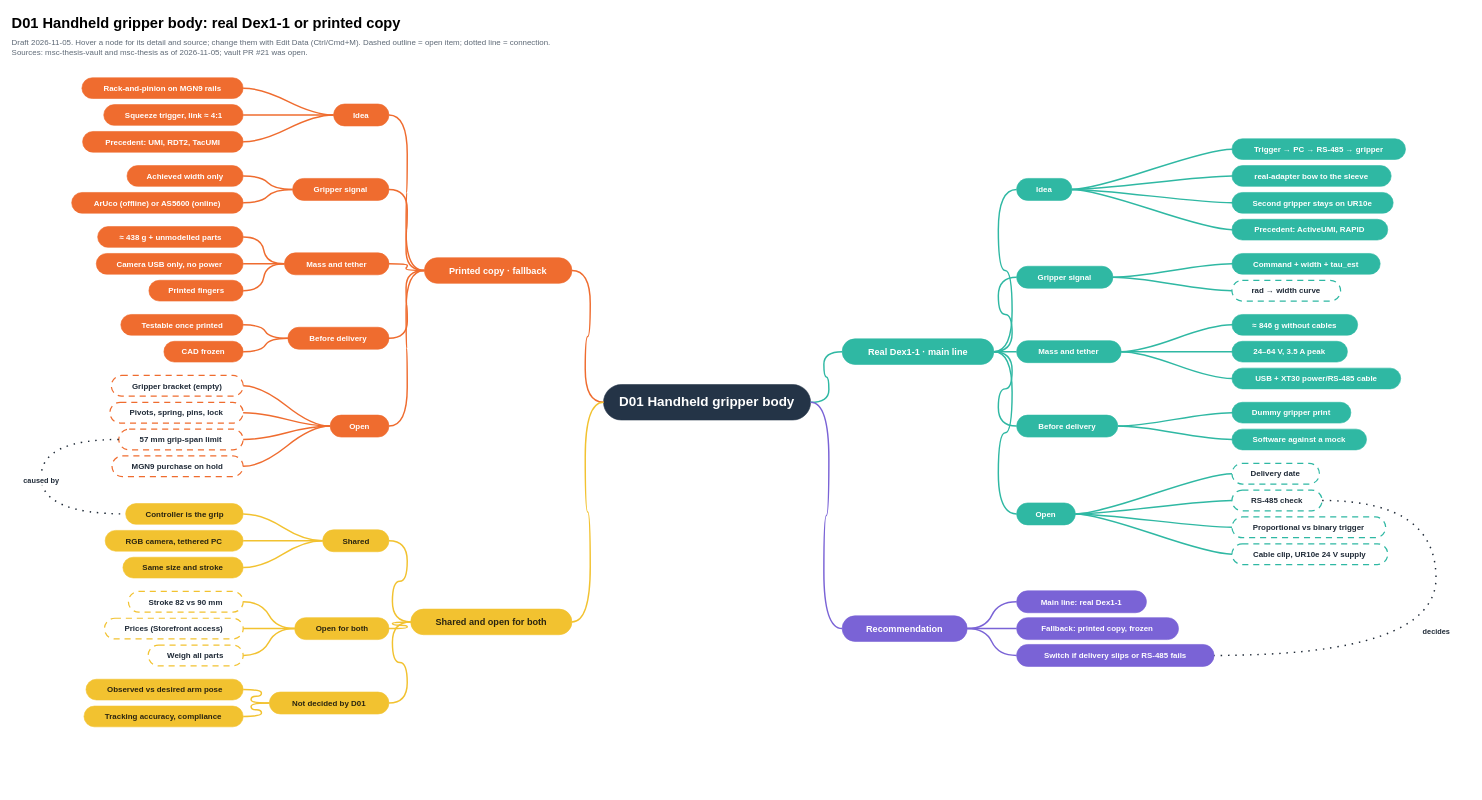
Above: Agent/Drafts/2026-11-05 D01 mind map.drawio in EfekTyndall/msc-thesis-vault (draw.io), before the change. Source tidied: cells renumbered, new cells numbered last; positions are measured from the earlier drawing's top-left corner, leaving out a move shared by most shapes. Both pictures are drawn from the tidied source at 61%, with x=0, y=0 at pixel (10, 10).
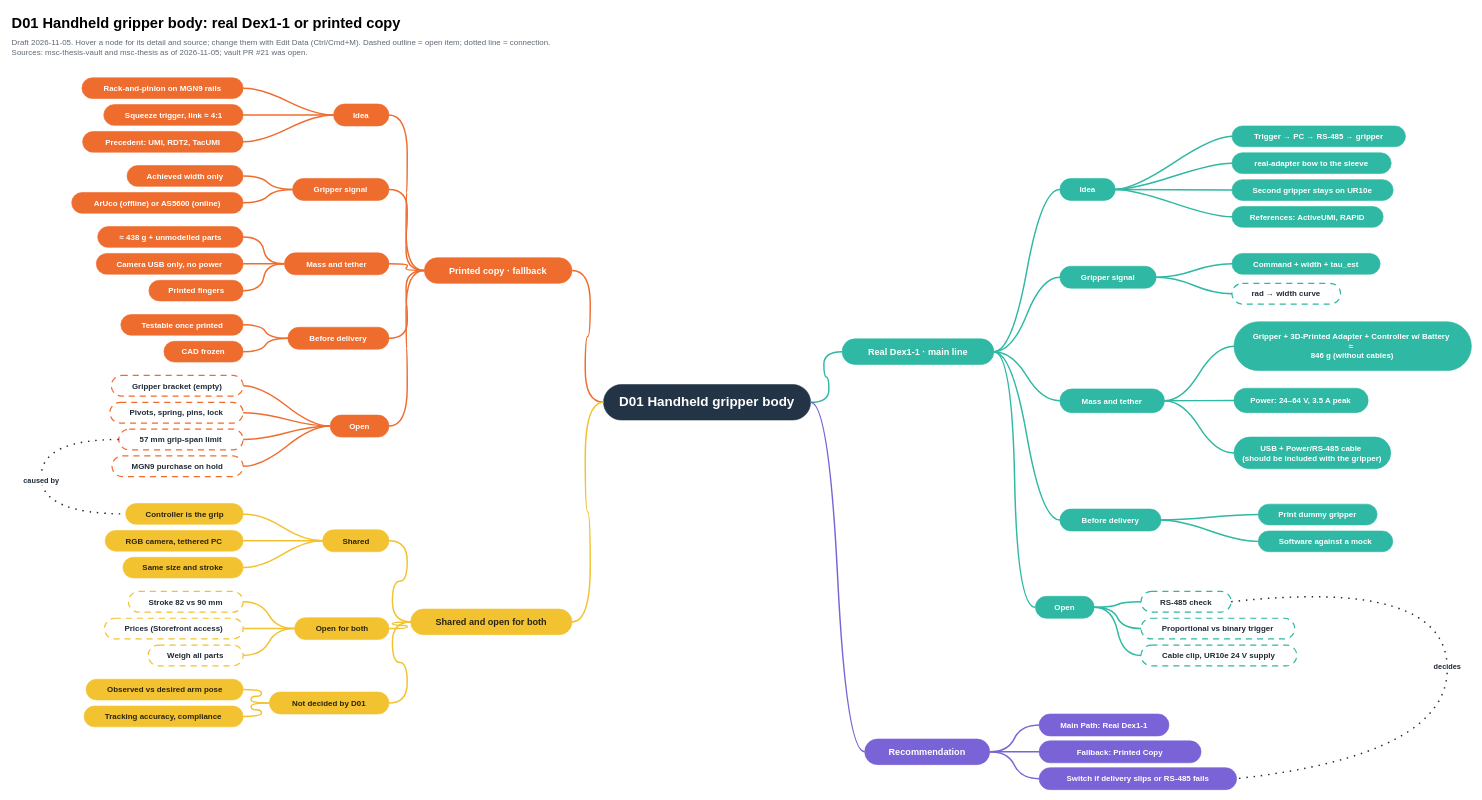
Above is the later version.

What changed in the source:
```diff
@@
     <mxCell id="6" value="Idea" style="rounded=1;arcSize=50;whiteSpace=wrap;html=1;fillColor=#2fb8a3;strokeColor=#2fb8a3;fontColor=#ffffff;fontFamily=Helvetica;fontStyle=1;fontSize=13;" parent="1" vertex="1">
-      <mxGeometry x="1649.1" y="275" width="90.7" height="36" as="geometry" />
+      <mxGeometry x="1720" y="275" width="90.7" height="36" as="geometry" />
     </mxCell>
     <mxCell id="7" value="Trigger → PC → RS-485 → gripper" style="rounded=1;arcSize=50;whiteSpace=wrap;html=1;fillColor=#2fb8a3;strokeColor=#2fb8a3;fontColor=#ffffff;fontFamily=Helvetica;fontStyle=1;fontSize=13;" parent="1" vertex="1">
-      <mxGeometry x="2002.1" y="210" width="284.5" height="34" as="geometry" />
+      <mxGeometry x="2002.1" y="189" width="284.5" height="34" as="geometry" />
     </mxCell>
     <mxCell id="8" value="real-adapter bow to the sleeve" style="rounded=1;arcSize=50;whiteSpace=wrap;html=1;fillColor=#2fb8a3;strokeColor=#2fb8a3;fontColor=#ffffff;fontFamily=Helvetica;fontStyle=1;fontSize=13;" parent="1" vertex="1">
-      <mxGeometry x="2002.1" y="254" width="261" height="34" as="geometry" />
+      <mxGeometry x="2002.1" y="233" width="261" height="34" as="geometry" />
     </mxCell>
     <mxCell id="9" value="Second gripper stays on UR10e" style="rounded=1;arcSize=50;whiteSpace=wrap;html=1;fillColor=#2fb8a3;strokeColor=#2fb8a3;fontColor=#ffffff;fontFamily=Helvetica;fontStyle=1;fontSize=13;" parent="1" vertex="1">
-      <mxGeometry x="2002.1" y="298" width="264.3" height="34" as="geometry" />
+      <mxGeometry x="2002.1" y="277" width="264.3" height="34" as="geometry" />
     </mxCell>
-    <mxCell id="10" value="Precedent: ActiveUMI, RAPID" style="rounded=1;arcSize=50;whiteSpace=wrap;html=1;fillColor=#2fb8a3;strokeColor=#2fb8a3;fontColor=#ffffff;fontFamily=Helvetica;fontStyle=1;fontSize=13;" parent="1" vertex="1">
-      <mxGeometry x="2002.1" y="342" width="255.4" height="34" as="geometry" />
+    <mxCell id="10" value="References: ActiveUMI, RAPID" style="rounded=1;arcSize=50;whiteSpace=wrap;html=1;fillColor=#2fb8a3;strokeColor=#2fb8a3;fontColor=#ffffff;fontFamily=Helvetica;fontStyle=1;fontSize=13;" parent="1" vertex="1">
+      <mxGeometry x="2002.1" y="321" width="247.9" height="34" as="geometry" />
     </mxCell>
     <mxCell id="11" value="Gripper signal" style="rounded=1;arcSize=50;whiteSpace=wrap;html=1;fillColor=#2fb8a3;strokeColor=#2fb8a3;fontColor=#ffffff;fontFamily=Helvetica;fontStyle=1;fontSize=13;" parent="1" vertex="1">
-      <mxGeometry x="1649.1" y="419" width="157.9" height="36" as="geometry" />
+      <mxGeometry x="1720" y="419" width="157.9" height="36" as="geometry" />
     </mxCell>
@@
     <mxCell id="13" value="rad → width curve" style="rounded=1;arcSize=50;whiteSpace=wrap;html=1;fillColor=#ffffff;strokeColor=#2fb8a3;fontColor=#1f2a37;fontFamily=Helvetica;fontStyle=1;fontSize=13;dashed=1;dashPattern=5 4;strokeWidth=2;" parent="1" vertex="1">
-      <mxGeometry x="2002.1" y="442" width="178.1" height="34" as="geometry" />
+      <mxGeometry x="2002.1" y="447" width="178.1" height="34" as="geometry" />
     </mxCell>
     <mxCell id="14" value="Mass and tether" style="rounded=1;arcSize=50;whiteSpace=wrap;html=1;fillColor=#2fb8a3;strokeColor=#2fb8a3;fontColor=#ffffff;fontFamily=Helvetica;fontStyle=1;fontSize=13;" parent="1" vertex="1">
-      <mxGeometry x="1649.1" y="541" width="171.4" height="36" as="geometry" />
+      <mxGeometry x="1720" y="620" width="171.4" height="39" as="geometry" />
     </mxCell>
-    <mxCell id="15" value="≈ 846 g without cables" style="rounded=1;arcSize=50;whiteSpace=wrap;html=1;fillColor=#2fb8a3;strokeColor=#2fb8a3;fontColor=#ffffff;fontFamily=Helvetica;fontStyle=1;fontSize=13;" parent="1" vertex="1">
-      <mxGeometry x="2002.1" y="498" width="206.1" height="34" as="geometry" />
+    <mxCell id="15" value="&lt;div&gt;Gripper + 3D-Printed Adapter + Controller w/ Battery&amp;nbsp;&lt;/div&gt;≈&amp;nbsp;&lt;div&gt;846 g (without cables)&lt;/div&gt;" style="rounded=1;arcSize=50;whiteSpace=wrap;html=1;fillColor=#2fb8a3;strokeColor=#2fb8a3;fontColor=#ffffff;fontFamily=Helvetica;fontStyle=1;fontSize=13;" parent="1" vertex="1">
+      <mxGeometry x="2005.4" y="510" width="389.2" height="80" as="geometry" />
     </mxCell>
-    <mxCell id="16" value="24–64 V, 3.5 A peak" style="rounded=1;arcSize=50;whiteSpace=wrap;html=1;fillColor=#2fb8a3;strokeColor=#2fb8a3;fontColor=#ffffff;fontFamily=Helvetica;fontStyle=1;fontSize=13;" parent="1" vertex="1">
-      <mxGeometry x="2002.1" y="542" width="189.3" height="34" as="geometry" />
+    <mxCell id="16" value="Power: 24–64 V, 3.5 A peak" style="rounded=1;arcSize=50;whiteSpace=wrap;html=1;fillColor=#2fb8a3;strokeColor=#2fb8a3;fontColor=#ffffff;fontFamily=Helvetica;fontStyle=1;fontSize=13;" parent="1" vertex="1">
+      <mxGeometry x="2005.4" y="619" width="220" height="40" as="geometry" />
     </mxCell>
-    <mxCell id="17" value="USB + XT30 power/RS-485 cable" style="rounded=1;arcSize=50;whiteSpace=wrap;html=1;fillColor=#2fb8a3;strokeColor=#2fb8a3;fontColor=#ffffff;fontFamily=Helvetica;fontStyle=1;fontSize=13;" parent="1" vertex="1">
-      <mxGeometry x="2002.1" y="586" width="276.6" height="34" as="geometry" />
+    <mxCell id="17" value="USB + Power/RS-485 cable&amp;nbsp;&lt;div&gt;(should be included with the gripper)&lt;/div&gt;" style="rounded=1;arcSize=50;whiteSpace=wrap;html=1;fillColor=#2fb8a3;strokeColor=#2fb8a3;fontColor=#ffffff;fontFamily=Helvetica;fontStyle=1;fontSize=13;" parent="1" vertex="1">
+      <mxGeometry x="2005.4" y="699" width="257" height="52" as="geometry" />
     </mxCell>
     <mxCell id="18" value="Before delivery" style="rounded=1;arcSize=50;whiteSpace=wrap;html=1;fillColor=#2fb8a3;strokeColor=#2fb8a3;fontColor=#ffffff;fontFamily=Helvetica;fontStyle=1;fontSize=13;" parent="1" vertex="1">
-      <mxGeometry x="1649.1" y="663" width="165.8" height="36" as="geometry" />
+      <mxGeometry x="1720" y="817" width="165.8" height="36" as="geometry" />
     </mxCell>
-    <mxCell id="19" value="Dummy gripper print" style="rounded=1;arcSize=50;whiteSpace=wrap;html=1;fillColor=#2fb8a3;strokeColor=#2fb8a3;fontColor=#ffffff;fontFamily=Helvetica;fontStyle=1;fontSize=13;" parent="1" vertex="1">
-      <mxGeometry x="2002.1" y="642" width="194.9" height="34" as="geometry" />
+    <mxCell id="19" value="Print dummy gripper" style="rounded=1;arcSize=50;whiteSpace=wrap;html=1;fillColor=#2fb8a3;strokeColor=#2fb8a3;fontColor=#ffffff;fontFamily=Helvetica;fontStyle=1;fontSize=13;" parent="1" vertex="1">
+      <mxGeometry x="2045.2" y="809" width="194.9" height="34" as="geometry" />
     </mxCell>
     <mxCell id="20" value="Software against a mock" style="rounded=1;arcSize=50;whiteSpace=wrap;html=1;fillColor=#2fb8a3;strokeColor=#2fb8a3;fontColor=#ffffff;fontFamily=Helvetica;fontStyle=1;fontSize=13;" parent="1" vertex="1">
-      <mxGeometry x="2002.1" y="686" width="220.6" height="34" as="geometry" />
+      <mxGeometry x="2045.2" y="853" width="220.6" height="34" as="geometry" />
     </mxCell>
     <mxCell id="21" value="Open" style="rounded=1;arcSize=50;whiteSpace=wrap;html=1;fillColor=#2fb8a3;strokeColor=#2fb8a3;fontColor=#ffffff;fontFamily=Helvetica;fontStyle=1;fontSize=13;" parent="1" vertex="1">
-      <mxGeometry x="1649.1" y="807" width="96.3" height="36" as="geometry" />
+      <mxGeometry x="1679.9" y="960" width="96.3" height="36" as="geometry" />
     </mxCell>
-    <mxCell id="22" value="Delivery date" style="rounded=1;arcSize=50;whiteSpace=wrap;html=1;fillColor=#ffffff;strokeColor=#2fb8a3;fontColor=#1f2a37;fontFamily=Helvetica;fontStyle=1;fontSize=13;dashed=1;dashPattern=5 4;strokeWidth=2;" parent="1" vertex="1">
-      <mxGeometry x="2002.1" y="742" width="143.4" height="34" as="geometry" />
-    </mxCell>
     <mxCell id="23" value="RS-485 check" style="rounded=1;arcSize=50;whiteSpace=wrap;html=1;fillColor=#ffffff;strokeColor=#2fb8a3;fontColor=#1f2a37;fontFamily=Helvetica;fontStyle=1;fontSize=13;dashed=1;dashPattern=5 4;strokeWidth=2;" parent="1" vertex="1">
-      <mxGeometry x="2002.1" y="786" width="147.8" height="34" as="geometry" />
+      <mxGeometry x="1853" y="952" width="147.8" height="34" as="geometry" />
     </mxCell>
     <mxCell id="24" value="Proportional vs binary trigger" style="rounded=1;arcSize=50;whiteSpace=wrap;html=1;fillColor=#ffffff;strokeColor=#2fb8a3;fontColor=#1f2a37;fontFamily=Helvetica;fontStyle=1;fontSize=13;dashed=1;dashPattern=5 4;strokeWidth=2;" parent="1" vertex="1">
-      <mxGeometry x="2002.1" y="830" width="252" height="34" as="geometry" />
+      <mxGeometry x="1853" y="996" width="252" height="34" as="geometry" />
     </mxCell>
     <mxCell id="25" value="Cable clip, UR10e 24 V supply" style="rounded=1;arcSize=50;whiteSpace=wrap;html=1;fillColor=#ffffff;strokeColor=#2fb8a3;fontColor=#1f2a37;fontFamily=Helvetica;fontStyle=1;fontSize=13;dashed=1;dashPattern=5 4;strokeWidth=2;" parent="1" vertex="1">
-      <mxGeometry x="2002.1" y="874" width="255.4" height="34" as="geometry" />
+      <mxGeometry x="1853" y="1040" width="255.4" height="34" as="geometry" />
     </mxCell>
     <mxCell id="26" value="Recommendation" style="rounded=1;arcSize=50;whiteSpace=wrap;html=1;fillColor=#7a63d6;strokeColor=#7a63d6;fontColor=#ffffff;fontFamily=Helvetica;fontStyle=1;fontSize=15;" parent="1" vertex="1">
-      <mxGeometry x="1363.1" y="992" width="205" height="42" as="geometry" />
+      <mxGeometry x="1400" y="1194" width="205" height="42" as="geometry" />
     </mxCell>
-    <mxCell id="27" value="Main line: real Dex1-1" style="rounded=1;arcSize=50;whiteSpace=wrap;html=1;fillColor=#7a63d6;strokeColor=#7a63d6;fontColor=#ffffff;fontFamily=Helvetica;fontStyle=1;fontSize=13;" parent="1" vertex="1">
-      <mxGeometry x="1649.1" y="951" width="212.8" height="36" as="geometry" />
+    <mxCell id="27" value="Main Path: Real Dex1-1" style="rounded=1;arcSize=50;whiteSpace=wrap;html=1;fillColor=#7a63d6;strokeColor=#7a63d6;fontColor=#ffffff;fontFamily=Helvetica;fontStyle=1;fontSize=13;" parent="1" vertex="1">
+      <mxGeometry x="1686" y="1153" width="212.8" height="36" as="geometry" />
     </mxCell>
-    <mxCell id="28" value="Fallback: printed copy, frozen" style="rounded=1;arcSize=50;whiteSpace=wrap;html=1;fillColor=#7a63d6;strokeColor=#7a63d6;fontColor=#ffffff;fontFamily=Helvetica;fontStyle=1;fontSize=13;" parent="1" vertex="1">
-      <mxGeometry x="1649.1" y="995" width="265.4" height="36" as="geometry" />
+    <mxCell id="28" value="Fallback: Printed Copy" style="rounded=1;arcSize=50;whiteSpace=wrap;html=1;fillColor=#7a63d6;strokeColor=#7a63d6;fontColor=#ffffff;fontFamily=Helvetica;fontStyle=1;fontSize=13;" parent="1" vertex="1">
+      <mxGeometry x="1686" y="1197" width="265.4" height="36" as="geometry" />
     </mxCell>
     <mxCell id="29" value="Switch if delivery slips or RS-485 fails" style="rounded=1;arcSize=50;whiteSpace=wrap;html=1;fillColor=#7a63d6;strokeColor=#7a63d6;fontColor=#ffffff;fontFamily=Helvetica;fontStyle=1;fontSize=13;" parent="1" vertex="1">
-      <mxGeometry x="1649.1" y="1039" width="323.7" height="36" as="geometry" />
+      <mxGeometry x="1686" y="1241" width="323.7" height="36" as="geometry" />
     </mxCell>
@@
-    <mxCell id="79" style="edgeStyle=entityRelationEdgeStyle;curved=1;html=1;endArrow=none;startArrow=none;strokeWidth=2.4;strokeColor=#2fb8a3;exitX=1;exitY=0.5;exitDx=0;exitDy=0;entryX=0;entryY=0.5;entryDx=0;entryDy=0;" parent="1" edge="1" source="21" target="22">
-      <mxGeometry relative="1" as="geometry" />
-    </mxCell>
@@
     <mxCell id="119" value="decides" style="curved=1;html=1;endArrow=none;startArrow=none;dashed=1;dashPattern=1 4;strokeWidth=2.4;strokeColor=#1f2a37;fontSize=12;fontStyle=1;fontColor=#1f2a37;labelBackgroundColor=#ffffff;exitX=1;exitY=0.5;exitDx=0;exitDy=0;entryX=1;entryY=0.5;entryDx=0;entryDy=0;" parent="1" edge="1" source="23" target="29">
       <mxGeometry relative="1" as="geometry">
         <Array as="points">
-          <mxPoint x="2336.6" y="803" />
-          <mxPoint x="2336.6" y="1057" />
+          <mxPoint x="2350" y="930" />
+          <mxPoint x="2360" y="1220" />
         </Array>
       </mxGeometry>
     </mxCell>
```
